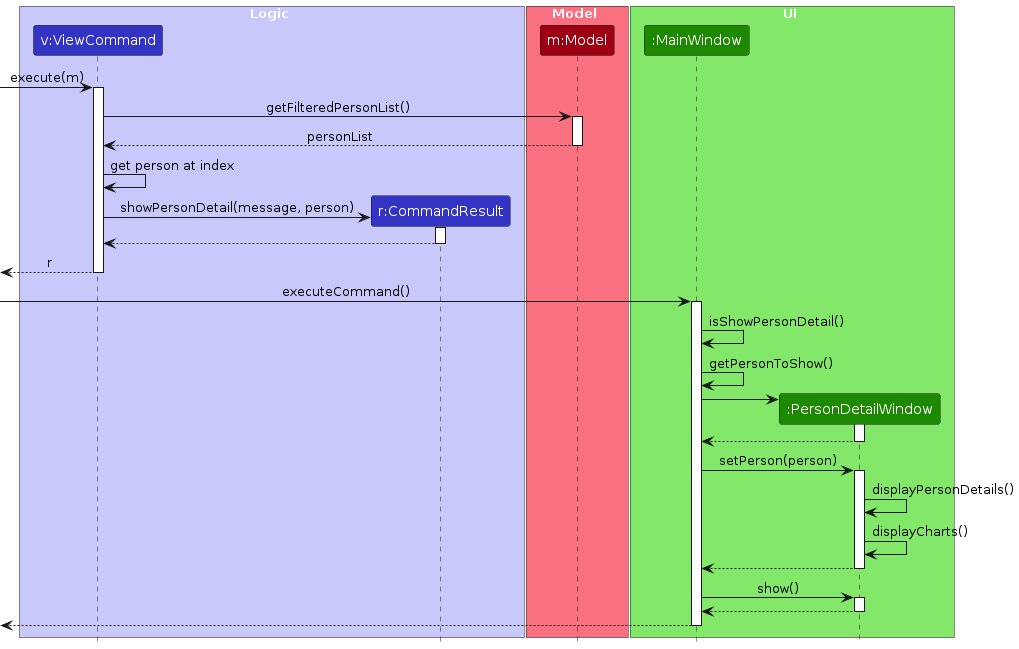
Before: diagrams/ViewCommandSequenceDiagram.png, a diagram exported from PlantUML (AY2526S1-CS2103T-F08b-1/tp). Its source is kept beside it as diagrams/ViewCommandSequenceDiagram.puml.
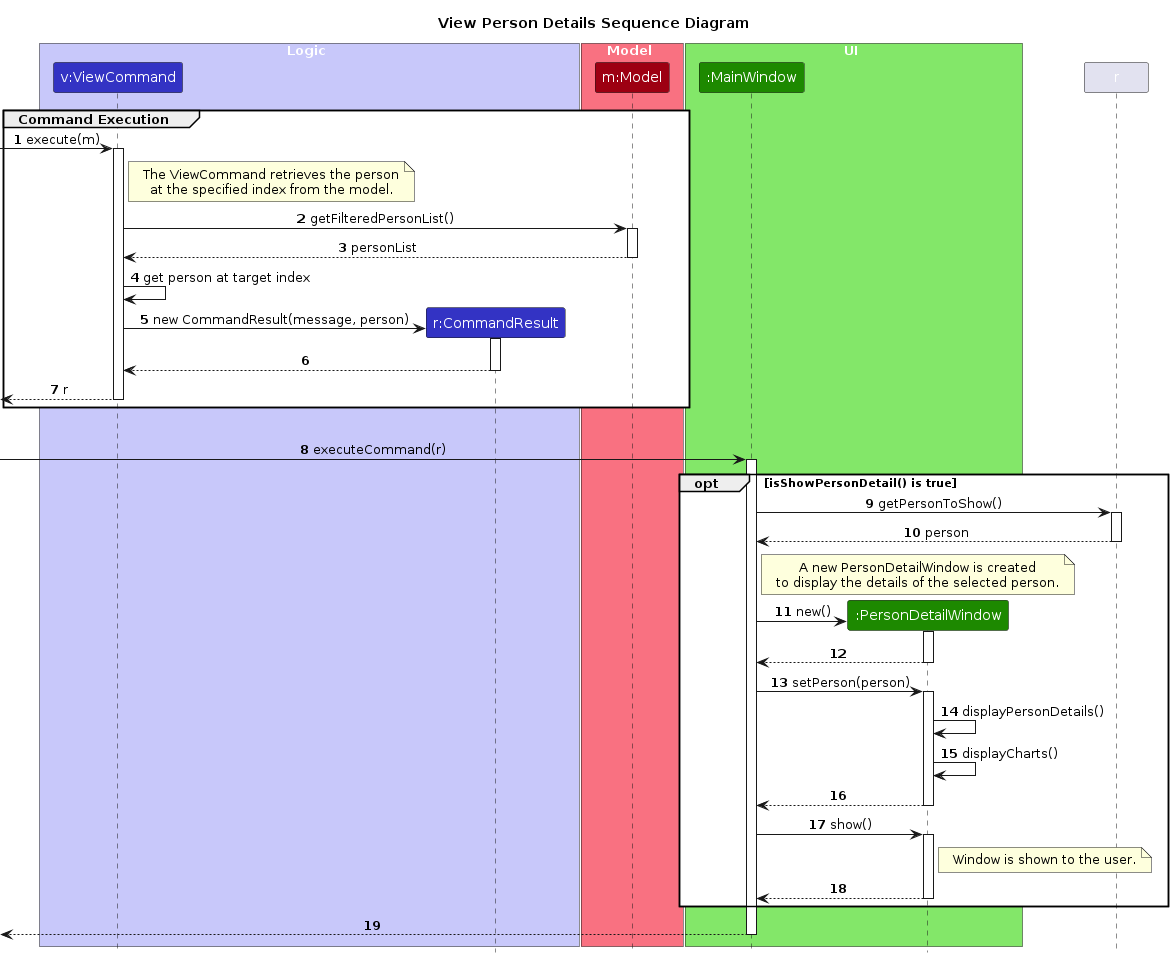
After the commit.

Diff of the diagram source:
```diff
@@ -1,6 +1,11 @@
 @startuml
 !include style.puml
 skinparam ArrowFontStyle plain
+skinparam sequenceMessageAlign center
+
+title View Person Details Sequence Diagram
+
+autonumber
 
 box Logic LOGIC_COLOR_T1
 participant "v:ViewCommand" as ViewCommand LOGIC_COLOR
@@ -16,8 +21,15 @@
 participant ":PersonDetailWindow" as PersonDetailWindow UI_COLOR
 end box
 
+group Command Execution
+
 [-> ViewCommand : execute(m)
 activate ViewCommand
+
+note right of ViewCommand
+  The ViewCommand retrieves the person
+  at the specified index from the model.
+end note
 
 ViewCommand -> Model : getFilteredPersonList()
 activate Model
@@ -25,10 +37,10 @@
 Model --> ViewCommand : personList
 deactivate Model
 
-ViewCommand -> ViewCommand : get person at index
+ViewCommand -> ViewCommand : get person at target index
 
 create CommandResult
-ViewCommand -> CommandResult : showPersonDetail(message, person)
+ViewCommand -> CommandResult : new CommandResult(message, person)
 activate CommandResult
 
 CommandResult --> ViewCommand
@@ -36,37 +48,48 @@
 
 [<-- ViewCommand : r
 deactivate ViewCommand
+end
 
-[-> MainWindow : executeCommand()
+group UI Display Logic
+
+[-> MainWindow : executeCommand(r)
 activate MainWindow
 
-MainWindow -> MainWindow : isShowPersonDetail()
+opt isShowPersonDetail() is true
 
-MainWindow -> MainWindow : getPersonToShow()
+    MainWindow -> r : getPersonToShow()
+    activate r
+    r --> MainWindow : person
+    deactivate r
 
-create PersonDetailWindow
-MainWindow -> PersonDetailWindow
-activate PersonDetailWindow
+    note right of MainWindow
+      A new PersonDetailWindow is created
+      to display the details of the selected person.
+    end note
+    create PersonDetailWindow
+    MainWindow -> PersonDetailWindow : new()
+    activate PersonDetailWindow
 
-PersonDetailWindow --> MainWindow
-deactivate PersonDetailWindow
+    PersonDetailWindow --> MainWindow
+    deactivate PersonDetailWindow
 
-MainWindow -> PersonDetailWindow : setPerson(person)
-activate PersonDetailWindow
+    MainWindow -> PersonDetailWindow : setPerson(person)
+    activate PersonDetailWindow
 
-PersonDetailWindow -> PersonDetailWindow : displayPersonDetails()
-PersonDetailWindow -> PersonDetailWindow : displayCharts()
+    PersonDetailWindow -> PersonDetailWindow : displayPersonDetails()
+    PersonDetailWindow -> PersonDetailWindow : displayCharts()
 
-PersonDetailWindow --> MainWindow
-deactivate PersonDetailWindow
+    PersonDetailWindow --> MainWindow
+    deactivate PersonDetailWindow
 
-MainWindow -> PersonDetailWindow : show()
-activate PersonDetailWindow
+    MainWindow -> PersonDetailWindow : show()
+    activate PersonDetailWindow
+    note right of PersonDetailWindow : Window is shown to the user.
 
-PersonDetailWindow --> MainWindow
-deactivate PersonDetailWindow
+    PersonDetailWindow --> MainWindow
+    deactivate PersonDetailWindow
+end
 
 [<-- MainWindow
 deactivate MainWindow
-
 @enduml
```
